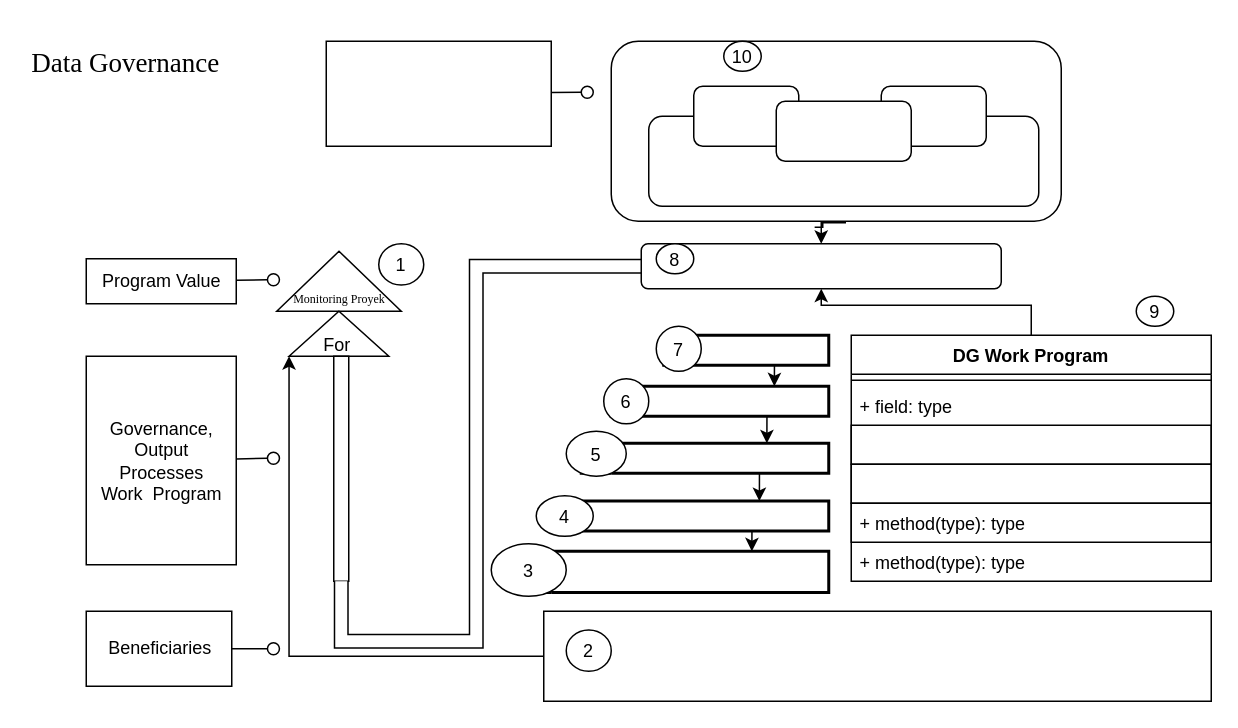
The draw.io diagram Untitled Diagram.drawio in Tian7877/Hanoi_Tower, before the edit. Source tidied: cells renumbered, new cells numbered last; positions are measured from the earlier drawing's top-left corner, leaving out a move shared by most shapes. Both pictures are drawn from the tidied source at 150%, with x=0, y=0 at pixel (26, 26).
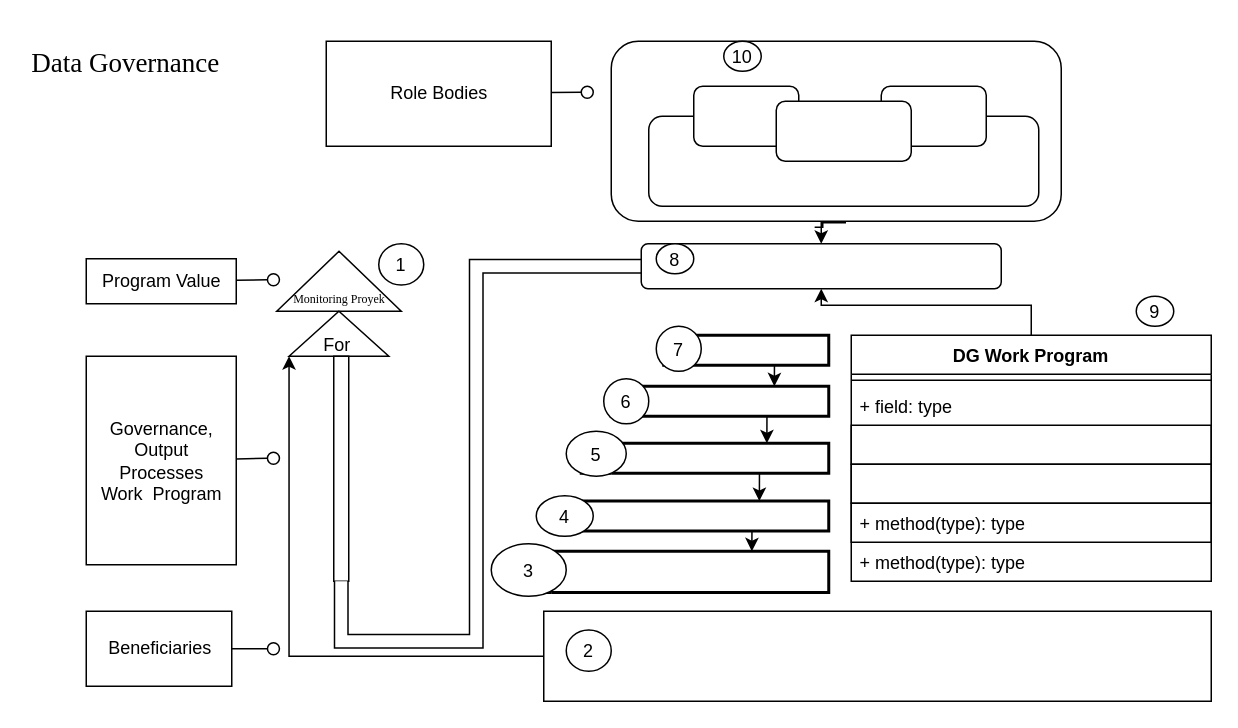
The same diagram, later.

Diff of the diagram source:
```diff
@@
-    <mxCell id="46" style="html=1;rounded=0;" parent="1" vertex="1">
+    <mxCell id="46" value="Role Bodies" style="html=1;rounded=0;" parent="1" vertex="1">
       <mxGeometry x="200" y="10" width="150" height="70" as="geometry" />
     </mxCell>
```
